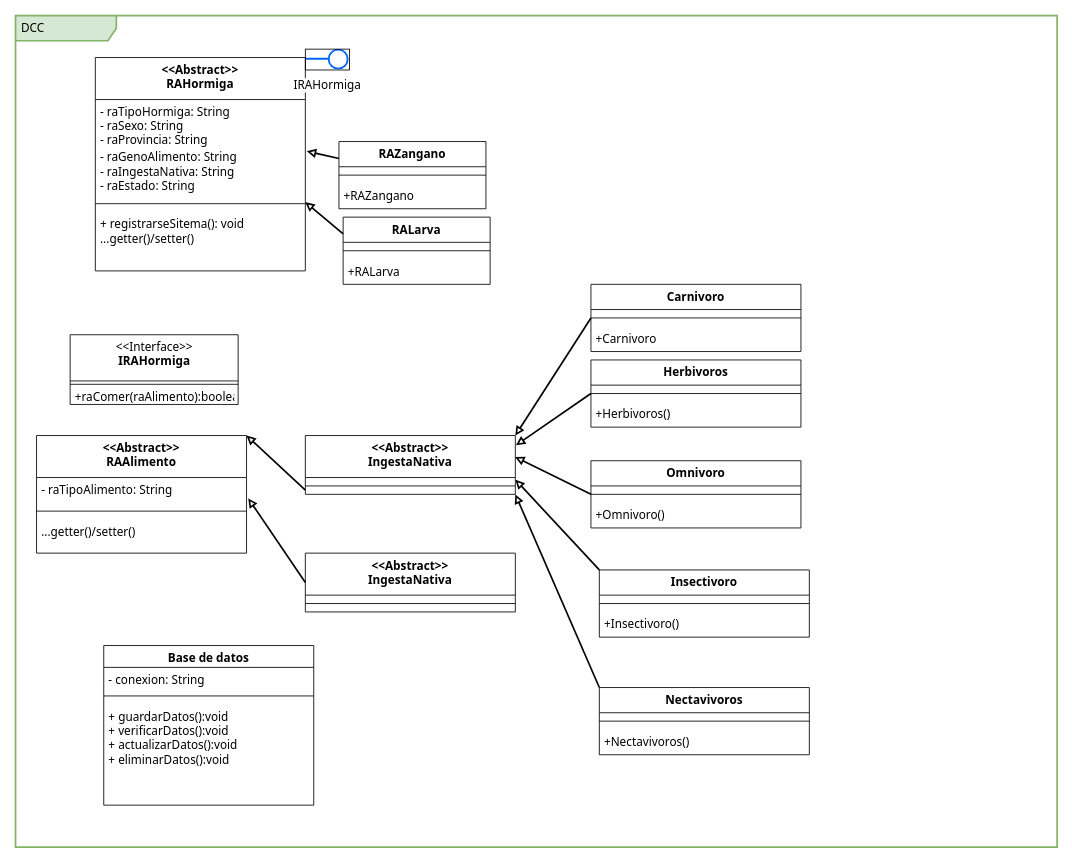
Before: Desing/RADiagramaClases.dio in AlexanderRosas/RAEcuaFauna2K24A, a draw.io diagram. Source tidied: cells renumbered, new cells numbered last; positions are measured from the earlier drawing's top-left corner, leaving out a move shared by most shapes. Both pictures are drawn from the tidied source at 84%, with x=0, y=0 at pixel (15, 15).
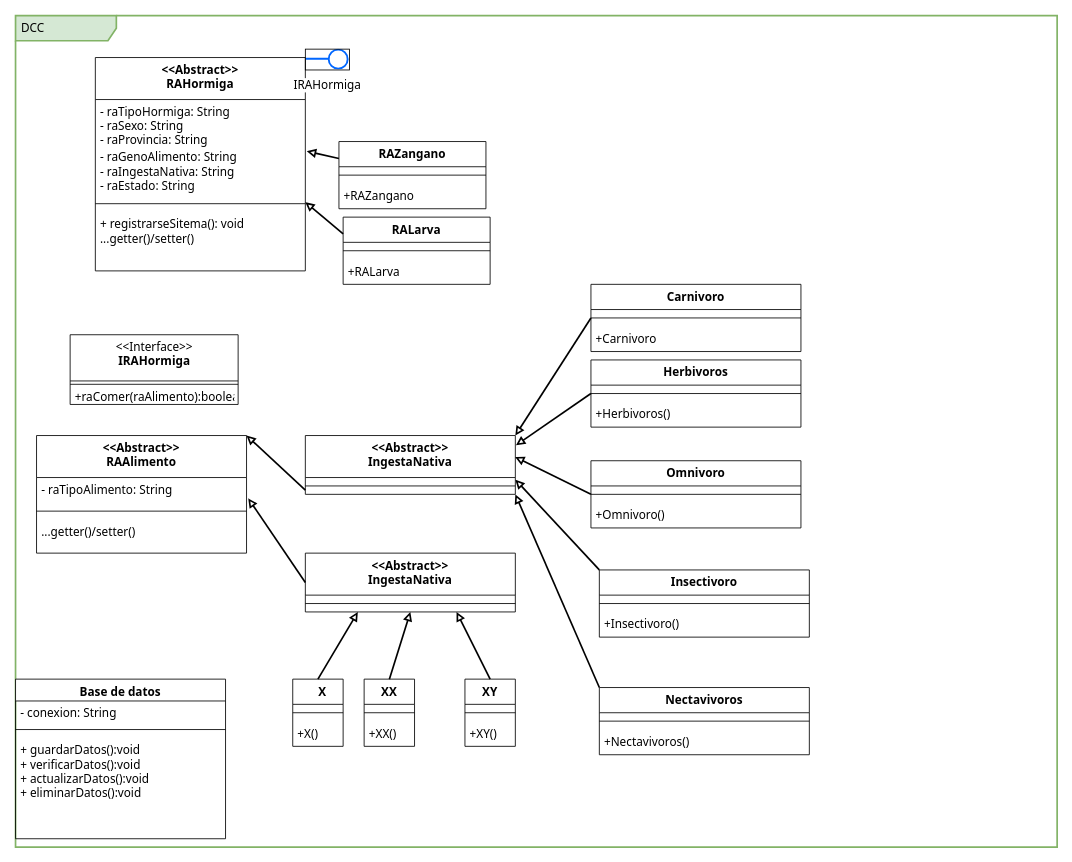
The same diagram, later.

Unchanged cells that the change refers to:
```xml
<mxCell id="31" value="&lt;&lt;Abstract&gt;&gt;&#10;IngestaNativa" style="swimlane;fontStyle=1;align=center;verticalAlign=top;horizontal=1;startSize=50;hachureGap=4;fontFamily=Tahoma;fontSize=14;swimlaneLine=1;glass=0;rounded=0;" parent="1" vertex="1">
  <mxGeometry x="345" y="640" width="250" height="70" as="geometry" />
</mxCell>
```

Change to the diagram source:
```diff
@@
     <mxCell id="8" value="Base de datos" style="swimlane;fontStyle=1;align=center;verticalAlign=top;horizontal=1;startSize=26;hachureGap=4;fontFamily=Tahoma;fontSize=14;swimlaneLine=1;glass=0;rounded=0;" parent="1" vertex="1">
-      <mxGeometry x="105" y="750" width="250" height="190" as="geometry" />
+      <mxGeometry y="790" width="250" height="190" as="geometry" />
     </mxCell>
@@
+    <mxCell id="54" value="   X" style="swimlane;fontStyle=1;align=center;verticalAlign=top;horizontal=1;startSize=30;hachureGap=4;fontFamily=Tahoma;fontSize=14;swimlaneLine=1;glass=0;rounded=0;" parent="1" vertex="1">
+      <mxGeometry x="330" y="790" width="60" height="80" as="geometry" />
+    </mxCell>
+    <mxCell id="55" style="line;strokeWidth=1;fillColor=none;align=left;verticalAlign=middle;spacingTop=-1;spacingLeft=3;spacingRight=3;labelPosition=right;strokeColor=inherit;hachureGap=4;fontFamily=Tahoma;fontSize=14;" parent="54" vertex="1">
+      <mxGeometry y="30" width="60" height="20" as="geometry" />
+    </mxCell>
+    <mxCell id="56" value="+X()" style="text;strokeColor=none;fillColor=none;align=left;verticalAlign=top;spacingLeft=4;spacingRight=4;overflow=hidden;hachureGap=4;fontFamily=Tahoma;fontSize=14;" parent="54" vertex="1">
+      <mxGeometry y="50" width="60" height="30" as="geometry" />
+    </mxCell>
+    <mxCell id="57" value="XY" style="swimlane;fontStyle=1;align=center;verticalAlign=top;horizontal=1;startSize=30;hachureGap=4;fontFamily=Tahoma;fontSize=14;swimlaneLine=1;glass=0;rounded=0;" parent="1" vertex="1">
+      <mxGeometry x="535" y="790" width="60" height="80" as="geometry" />
+    </mxCell>
+    <mxCell id="58" style="line;strokeWidth=1;fillColor=none;align=left;verticalAlign=middle;spacingTop=-1;spacingLeft=3;spacingRight=3;labelPosition=right;strokeColor=inherit;hachureGap=4;fontFamily=Tahoma;fontSize=14;" parent="57" vertex="1">
+      <mxGeometry y="30" width="60" height="20" as="geometry" />
+    </mxCell>
+    <mxCell id="59" value="+XY()" style="text;strokeColor=none;fillColor=none;align=left;verticalAlign=top;spacingLeft=4;spacingRight=4;overflow=hidden;hachureGap=4;fontFamily=Tahoma;fontSize=14;" parent="57" vertex="1">
+      <mxGeometry y="50" width="60" height="30" as="geometry" />
+    </mxCell>
+    <mxCell id="60" value="XX" style="swimlane;fontStyle=1;align=center;verticalAlign=top;horizontal=1;startSize=30;hachureGap=4;fontFamily=Tahoma;fontSize=14;swimlaneLine=1;glass=0;rounded=0;" parent="1" vertex="1">
+      <mxGeometry x="415" y="790" width="60" height="80" as="geometry" />
+    </mxCell>
+    <mxCell id="61" style="line;strokeWidth=1;fillColor=none;align=left;verticalAlign=middle;spacingTop=-1;spacingLeft=3;spacingRight=3;labelPosition=right;strokeColor=inherit;hachureGap=4;fontFamily=Tahoma;fontSize=14;" parent="60" vertex="1">
+      <mxGeometry y="30" width="60" height="20" as="geometry" />
+    </mxCell>
+    <mxCell id="62" value="+XX()" style="text;strokeColor=none;fillColor=none;align=left;verticalAlign=top;spacingLeft=4;spacingRight=4;overflow=hidden;hachureGap=4;fontFamily=Tahoma;fontSize=14;" parent="60" vertex="1">
+      <mxGeometry y="50" width="60" height="30" as="geometry" />
+    </mxCell>
+    <mxCell id="63" style="edgeStyle=none;html=1;fontFamily=Tahoma;fontSize=14;endArrow=block;endFill=0;strokeWidth=2;entryX=0.25;entryY=1;entryDx=0;entryDy=0;exitX=0.5;exitY=0;exitDx=0;exitDy=0;" parent="1" edge="1" source="54" target="31">
+      <mxGeometry relative="1" as="geometry" />
+    </mxCell>
+    <mxCell id="64" style="edgeStyle=none;html=1;fontFamily=Tahoma;fontSize=14;endArrow=block;endFill=0;strokeWidth=2;entryX=0.5;entryY=1;entryDx=0;entryDy=0;exitX=0.5;exitY=0;exitDx=0;exitDy=0;" parent="1" edge="1" source="60" target="31">
+      <mxGeometry relative="1" as="geometry" />
+    </mxCell>
+    <mxCell id="65" style="edgeStyle=none;html=1;fontFamily=Tahoma;fontSize=14;endArrow=block;endFill=0;strokeWidth=2;exitX=0.5;exitY=0;exitDx=0;exitDy=0;" parent="1" edge="1" source="57">
+      <mxGeometry relative="1" as="geometry">
+        <mxPoint x="525" y="710" as="targetPoint" />
+      </mxGeometry>
+    </mxCell>
```
